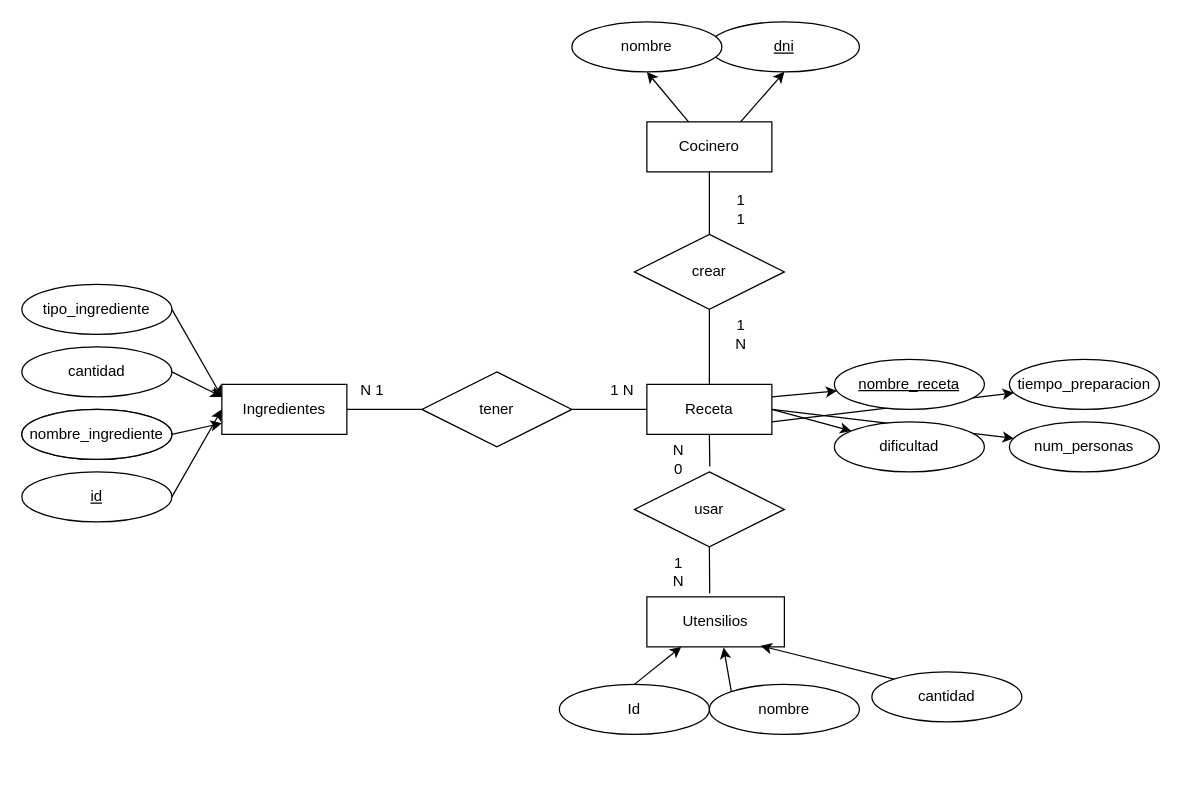
This is ej9.drawio from adriii28/amr-tsys-C3U12-11102023, a draw.io file, before an edit. Source tidied: cells renumbered, new cells numbered last; positions are measured from the earlier drawing's top-left corner, leaving out a move shared by most shapes. Both pictures are drawn from the tidied source at 125%, with x=0, y=0 at pixel (21, 21).
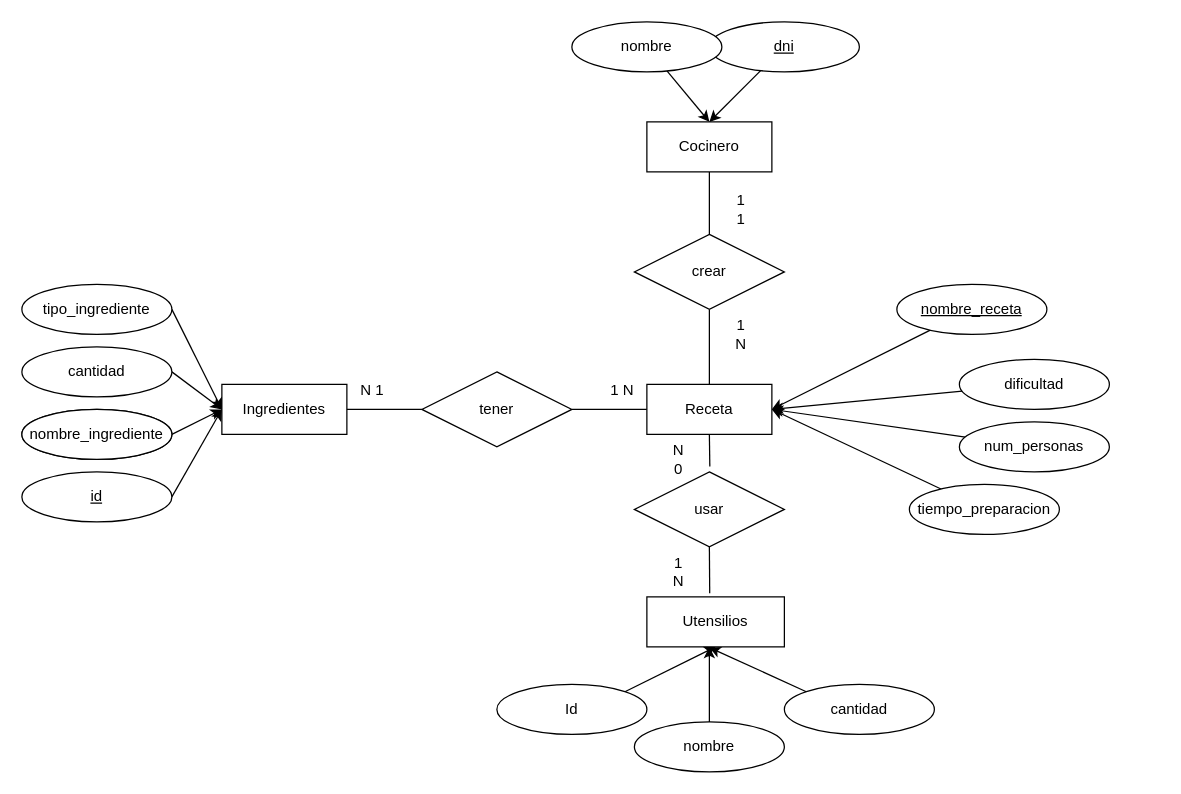
After the change.

Unchanged cells that the change refers to:
```xml
<mxCell id="2" value="Ingredientes" style="whiteSpace=wrap;html=1;align=center;" parent="1" vertex="1">
  <mxGeometry x="160" y="290" width="100" height="40" as="geometry" />
</mxCell>
<mxCell id="8" value="Receta" style="whiteSpace=wrap;html=1;align=center;" parent="1" vertex="1">
  <mxGeometry x="500" y="290" width="100" height="40" as="geometry" />
</mxCell>
<mxCell id="12" value="cantidad" style="ellipse;whiteSpace=wrap;html=1;align=center;" parent="1" vertex="1">
  <mxGeometry y="260" width="120" height="40" as="geometry" />
</mxCell>
<mxCell id="18" value="Cocinero" style="whiteSpace=wrap;html=1;align=center;" parent="1" vertex="1">
  <mxGeometry x="500" y="80" width="100" height="40" as="geometry" />
</mxCell>
<mxCell id="19" value="dni" style="ellipse;whiteSpace=wrap;html=1;align=center;fontStyle=4;" parent="1" vertex="1">
  <mxGeometry x="550" width="120" height="40" as="geometry" />
</mxCell>
<mxCell id="28" value="tipo_ingrediente" style="ellipse;whiteSpace=wrap;html=1;align=center;" parent="1" vertex="1">
  <mxGeometry y="210" width="120" height="40" as="geometry" />
</mxCell>
<mxCell id="30" value="nombre_ingrediente&lt;br&gt;" style="ellipse;whiteSpace=wrap;html=1;align=center;" parent="1" vertex="1">
  <mxGeometry y="310" width="120" height="40" as="geometry" />
</mxCell>
<mxCell id="35" value="nombre" style="ellipse;whiteSpace=wrap;html=1;align=center;" parent="1" vertex="1">
  <mxGeometry x="440" width="120" height="40" as="geometry" />
</mxCell>
<mxCell id="36" value="Utensilios" style="whiteSpace=wrap;html=1;" parent="1" vertex="1">
  <mxGeometry x="500" y="460" width="110" height="40" as="geometry" />
</mxCell>
```

Change to the diagram source:
```diff
@@
-    <mxCell id="4" style="rounded=0;jettySize=auto;html=1;exitX=1;exitY=0.25;exitDx=0;exitDy=0;" parent="1" edge="1" source="8" target="10">
-      <mxGeometry relative="1" as="geometry" />
-    </mxCell>
-    <mxCell id="5" style="rounded=0;jettySize=auto;html=1;exitX=1;exitY=0.75;exitDx=0;exitDy=0;" parent="1" edge="1" source="8" target="13">
-      <mxGeometry relative="1" as="geometry" />
-    </mxCell>
-    <mxCell id="6" style="rounded=0;jettySize=auto;html=1;exitX=1;exitY=0.5;exitDx=0;exitDy=0;" parent="1" edge="1" source="8" target="15">
-      <mxGeometry relative="1" as="geometry" />
-    </mxCell>
-    <mxCell id="7" style="rounded=0;jettySize=auto;html=1;exitX=1;exitY=0.5;exitDx=0;exitDy=0;" parent="1" edge="1" source="8" target="14">
-      <mxGeometry relative="1" as="geometry" />
-    </mxCell>
@@
+    <mxCell id="48" style="rounded=0;jettySize=auto;html=1;entryX=1;entryY=0.5;entryDx=0;entryDy=0;" parent="1" edge="1" source="10" target="8">
+      <mxGeometry relative="1" as="geometry" />
+    </mxCell>
     <mxCell id="10" value="nombre_receta" style="ellipse;whiteSpace=wrap;html=1;align=center;fontStyle=4;" parent="1" vertex="1">
-      <mxGeometry x="650" y="270" width="120" height="40" as="geometry" />
+      <mxGeometry x="700" y="210" width="120" height="40" as="geometry" />
     </mxCell>
-    <mxCell id="11" style="rounded=0;jettySize=auto;html=1;exitX=1;exitY=0.5;exitDx=0;exitDy=0;" parent="1" edge="1" source="12">
-      <mxGeometry relative="1" as="geometry">
-        <mxPoint x="160" y="300" as="targetPoint" />
-      </mxGeometry>
+    <mxCell id="11" style="rounded=0;jettySize=auto;html=1;exitX=1;exitY=0.5;exitDx=0;exitDy=0;entryX=0;entryY=0.5;entryDx=0;entryDy=0;" parent="1" edge="1" source="12" target="2">
+      <mxGeometry relative="1" as="geometry" />
     </mxCell>
@@
+    <mxCell id="49" style="rounded=0;jettySize=auto;html=1;entryX=1;entryY=0.5;entryDx=0;entryDy=0;" parent="1" edge="1" source="13" target="8">
+      <mxGeometry relative="1" as="geometry" />
+    </mxCell>
     <mxCell id="13" value="tiempo_preparacion" style="ellipse;whiteSpace=wrap;html=1;align=center;" parent="1" vertex="1">
-      <mxGeometry x="790" y="270" width="120" height="40" as="geometry" />
+      <mxGeometry x="710" y="370" width="120" height="40" as="geometry" />
     </mxCell>
+    <mxCell id="50" style="rounded=0;jettySize=auto;html=1;entryX=1;entryY=0.5;entryDx=0;entryDy=0;" parent="1" edge="1" source="14" target="8">
+      <mxGeometry relative="1" as="geometry" />
+    </mxCell>
     <mxCell id="14" value="dificultad" style="ellipse;whiteSpace=wrap;html=1;align=center;" parent="1" vertex="1">
-      <mxGeometry x="650" y="320" width="120" height="40" as="geometry" />
+      <mxGeometry x="750" y="270" width="120" height="40" as="geometry" />
     </mxCell>
+    <mxCell id="51" style="rounded=0;jettySize=auto;html=1;entryX=1;entryY=0.5;entryDx=0;entryDy=0;" parent="1" edge="1" source="15" target="8">
+      <mxGeometry relative="1" as="geometry" />
+    </mxCell>
     <mxCell id="15" value="num_personas" style="ellipse;whiteSpace=wrap;html=1;align=center;" parent="1" vertex="1">
-      <mxGeometry x="790" y="320" width="120" height="40" as="geometry" />
+      <mxGeometry x="750" y="320" width="120" height="40" as="geometry" />
     </mxCell>
-    <mxCell id="16" style="rounded=0;jettySize=auto;html=1;entryX=0.5;entryY=1;entryDx=0;entryDy=0;" parent="1" edge="1" source="18" target="35">
-      <mxGeometry relative="1" as="geometry" />
-    </mxCell>
-    <mxCell id="17" style="rounded=0;jettySize=auto;html=1;exitX=0.75;exitY=0;exitDx=0;exitDy=0;entryX=0.5;entryY=1;entryDx=0;entryDy=0;" parent="1" edge="1" source="18" target="19">
-      <mxGeometry relative="1" as="geometry" />
-    </mxCell>
@@
+    <mxCell id="52" style="rounded=0;jettySize=auto;html=1;entryX=0.5;entryY=0;entryDx=0;entryDy=0;" parent="1" edge="1" source="19" target="18">
+      <mxGeometry relative="1" as="geometry" />
+    </mxCell>
@@
-    <mxCell id="27" style="rounded=0;jettySize=auto;html=1;exitX=1;exitY=0.5;exitDx=0;exitDy=0;entryX=0;entryY=0.25;entryDx=0;entryDy=0;" parent="1" edge="1" source="28" target="2">
+    <mxCell id="27" style="rounded=0;jettySize=auto;html=1;exitX=1;exitY=0.5;exitDx=0;exitDy=0;entryX=0;entryY=0.5;entryDx=0;entryDy=0;" parent="1" edge="1" source="28" target="2">
       <mxGeometry relative="1" as="geometry" />
     </mxCell>
@@
-    <mxCell id="29" style="rounded=0;jettySize=auto;html=1;exitX=1;exitY=0.5;exitDx=0;exitDy=0;" parent="1" edge="1" source="30" target="2">
+    <mxCell id="29" style="rounded=0;jettySize=auto;html=1;exitX=1;exitY=0.5;exitDx=0;exitDy=0;entryX=0;entryY=0.5;entryDx=0;entryDy=0;" parent="1" edge="1" source="30" target="2">
       <mxGeometry relative="1" as="geometry" />
     </mxCell>
@@
+    <mxCell id="53" style="rounded=0;jettySize=auto;html=1;entryX=0.5;entryY=0;entryDx=0;entryDy=0;" parent="1" edge="1" source="35" target="18">
+      <mxGeometry relative="1" as="geometry" />
+    </mxCell>
@@
-    <mxCell id="42" style="rounded=0;jettySize=auto;html=1;exitX=0.5;exitY=0;exitDx=0;exitDy=0;entryX=0.25;entryY=1;entryDx=0;entryDy=0;" parent="1" edge="1" source="43" target="36">
+    <mxCell id="42" style="rounded=0;jettySize=auto;html=1;exitX=1;exitY=0;exitDx=0;exitDy=0;entryX=0.5;entryY=1;entryDx=0;entryDy=0;" parent="1" edge="1" source="43" target="36">
       <mxGeometry relative="1" as="geometry" />
     </mxCell>
     <mxCell id="43" value="Id" style="ellipse;whiteSpace=wrap;html=1;align=center;" parent="1" vertex="1">
-      <mxGeometry x="430" y="530" width="120" height="40" as="geometry" />
+      <mxGeometry x="380" y="530" width="120" height="40" as="geometry" />
     </mxCell>
     <mxCell id="44" value="nombre" style="ellipse;whiteSpace=wrap;html=1;align=center;" parent="1" vertex="1">
-      <mxGeometry x="550" y="530" width="120" height="40" as="geometry" />
+      <mxGeometry x="490" y="560" width="120" height="40" as="geometry" />
     </mxCell>
     <mxCell id="45" value="cantidad" style="ellipse;whiteSpace=wrap;html=1;align=center;" parent="1" vertex="1">
-      <mxGeometry x="680" y="520" width="120" height="40" as="geometry" />
+      <mxGeometry x="610" y="530" width="120" height="40" as="geometry" />
     </mxCell>
-    <mxCell id="46" style="rounded=0;jettySize=auto;html=1;exitX=0;exitY=0;exitDx=0;exitDy=0;entryX=0.558;entryY=1.014;entryDx=0;entryDy=0;entryPerimeter=0;" parent="1" edge="1" source="44" target="36">
-      <mxGeometry relative="1" as="geometry" />
+    <mxCell id="46" style="rounded=0;jettySize=auto;html=1;exitX=0.5;exitY=0;exitDx=0;exitDy=0;" parent="1" edge="1" source="44">
+      <mxGeometry relative="1" as="geometry">
+        <mxPoint x="550" y="500" as="targetPoint" />
+      </mxGeometry>
     </mxCell>
-    <mxCell id="47" style="rounded=0;jettySize=auto;html=1;exitX=0;exitY=0;exitDx=0;exitDy=0;entryX=0.827;entryY=0.979;entryDx=0;entryDy=0;entryPerimeter=0;" parent="1" edge="1" source="45" target="36">
+    <mxCell id="47" style="rounded=0;jettySize=auto;html=1;exitX=0;exitY=0;exitDx=0;exitDy=0;entryX=0.455;entryY=1.014;entryDx=0;entryDy=0;entryPerimeter=0;" parent="1" edge="1" source="45" target="36">
       <mxGeometry relative="1" as="geometry" />
     </mxCell>
```
